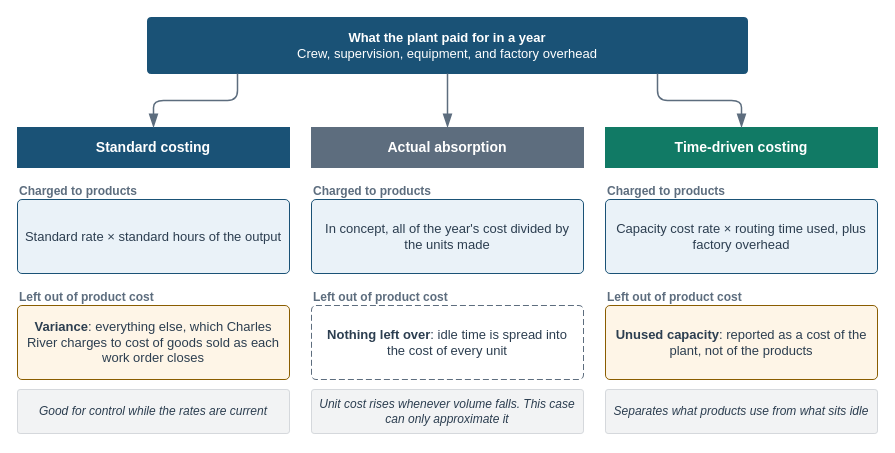
Earlier version of the draw.io diagram visuals/src/fig-18-01-costing-views.drawio (mmcodesso/Accounting_Analytics_Book). Source tidied: cells renumbered, new cells numbered last; positions are measured from the earlier drawing's top-left corner, leaving out a move shared by most shapes. Both pictures are drawn from the tidied source at 100%, with x=0, y=0 at pixel (17, 17).
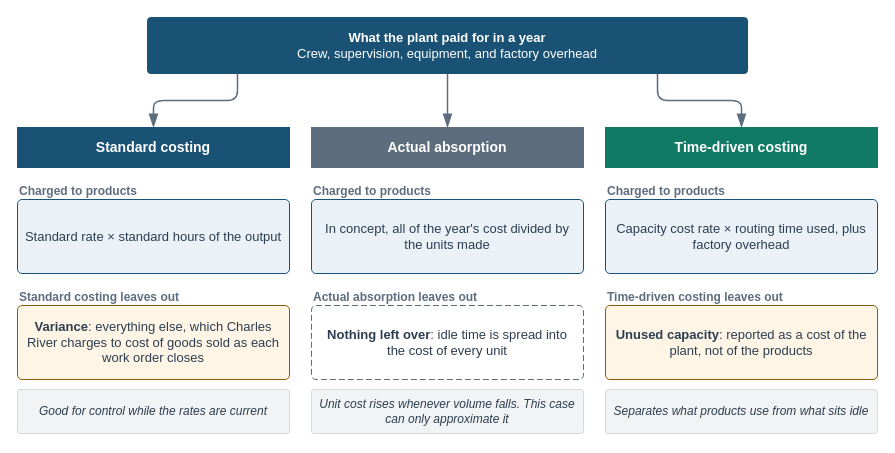
Above is the later version.

What changed in the source:
```diff
@@
-    <mxCell id="8" value="&lt;b&gt;Left out of product cost&lt;/b&gt;" style="text;html=1;whiteSpace=wrap;align=left;verticalAlign=top;fontSize=12;fontColor=#5D6D7E;fontStyle=0;fontFamily=Helvetica;spacing=2;fillColor=none;strokeColor=none;" parent="1" vertex="1">
+    <mxCell id="8" value="&lt;b&gt;Standard costing leaves out&lt;/b&gt;" style="text;html=1;whiteSpace=wrap;align=left;verticalAlign=top;fontSize=12;fontColor=#5D6D7E;fontStyle=0;fontFamily=Helvetica;spacing=2;fillColor=none;strokeColor=none;" parent="1" vertex="1">
       <mxGeometry y="266" width="272" height="20" as="geometry" />
     </mxCell>
@@
-    <mxCell id="15" value="&lt;b&gt;Left out of product cost&lt;/b&gt;" style="text;html=1;whiteSpace=wrap;align=left;verticalAlign=top;fontSize=12;fontColor=#5D6D7E;fontStyle=0;fontFamily=Helvetica;spacing=2;fillColor=none;strokeColor=none;" parent="1" vertex="1">
+    <mxCell id="15" value="&lt;b&gt;Actual absorption leaves out&lt;/b&gt;" style="text;html=1;whiteSpace=wrap;align=left;verticalAlign=top;fontSize=12;fontColor=#5D6D7E;fontStyle=0;fontFamily=Helvetica;spacing=2;fillColor=none;strokeColor=none;" parent="1" vertex="1">
       <mxGeometry x="294" y="266" width="272" height="20" as="geometry" />
     </mxCell>
@@
-    <mxCell id="22" value="&lt;b&gt;Left out of product cost&lt;/b&gt;" style="text;html=1;whiteSpace=wrap;align=left;verticalAlign=top;fontSize=12;fontColor=#5D6D7E;fontStyle=0;fontFamily=Helvetica;spacing=2;fillColor=none;strokeColor=none;" parent="1" vertex="1">
+    <mxCell id="22" value="&lt;b&gt;Time-driven costing leaves out&lt;/b&gt;" style="text;html=1;whiteSpace=wrap;align=left;verticalAlign=top;fontSize=12;fontColor=#5D6D7E;fontStyle=0;fontFamily=Helvetica;spacing=2;fillColor=none;strokeColor=none;" parent="1" vertex="1">
       <mxGeometry x="588" y="266" width="272" height="20" as="geometry" />
     </mxCell>
```
